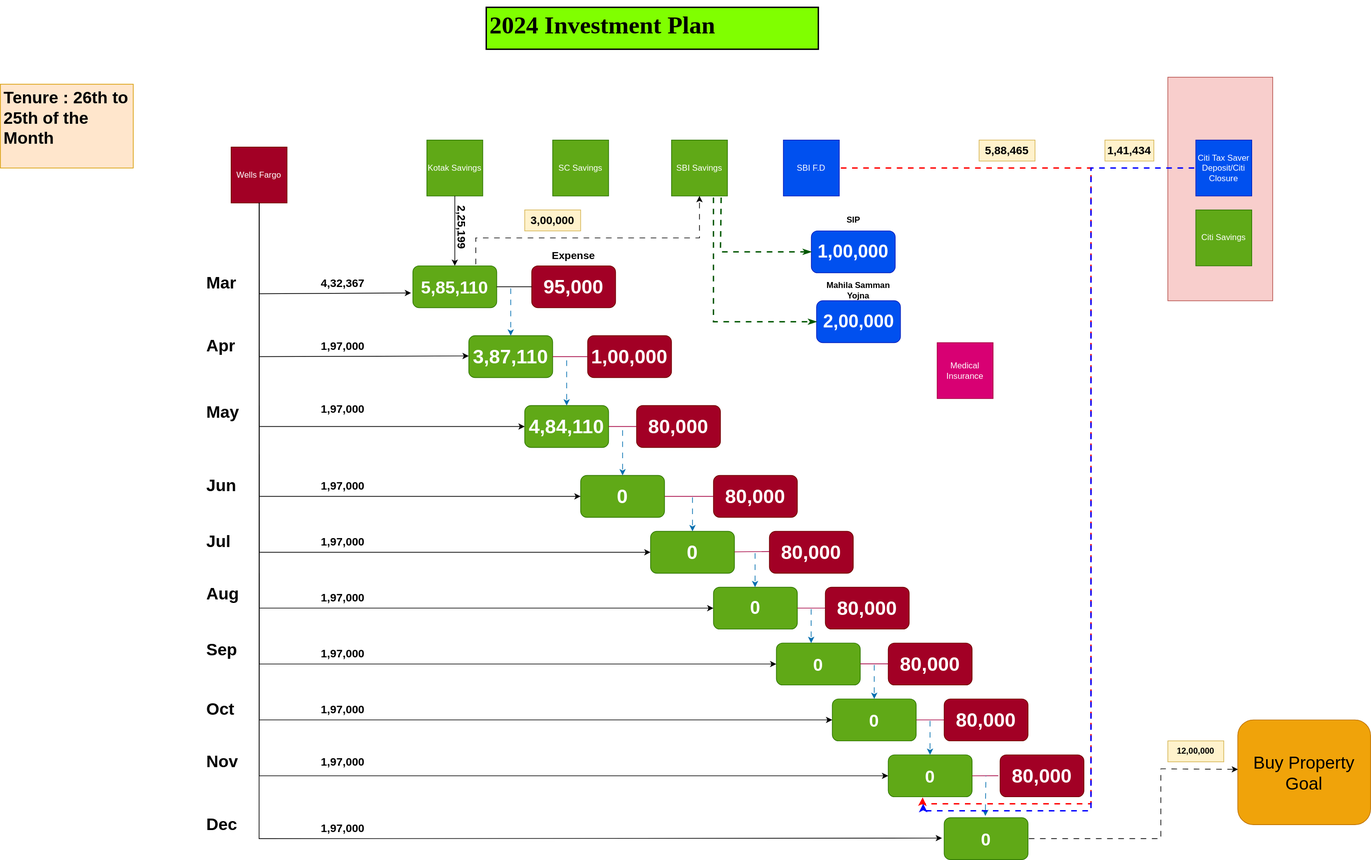
uchiharizvi/design-diagrams keeps this draw.io diagram as Investments.drawio.svg. Above is the earlier version. Source tidied: cells renumbered, new cells last; positions are measured from the earlier drawing's top-left corner, leaving out a move shared by most shapes.
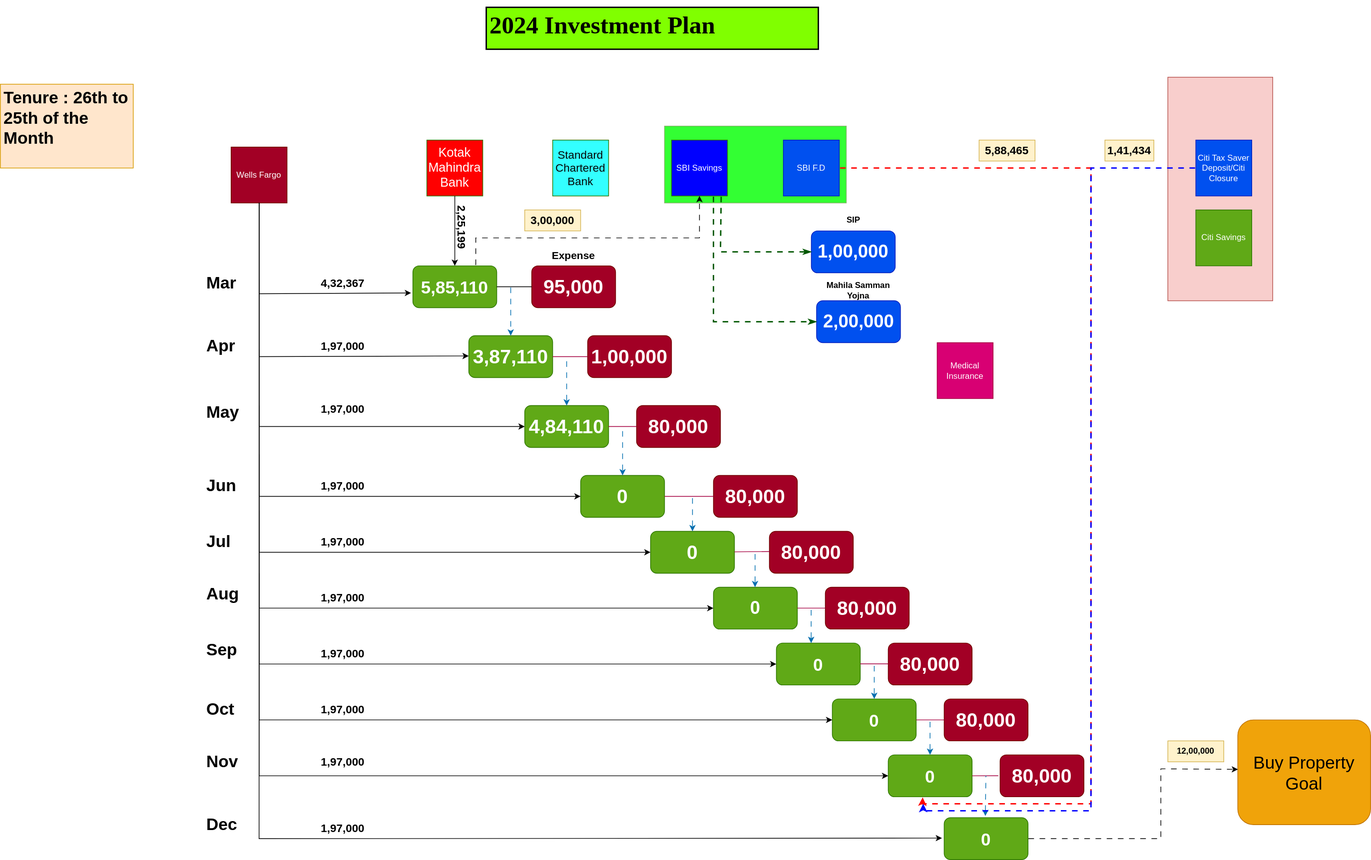
The same diagram one commit later.

What changed in the source:
```diff
@@ -2,6 +2,9 @@
   <root>
     <mxCell id="0" />
     <mxCell id="1" parent="0" />
+    <mxCell id="98" style="rounded=0;whiteSpace=wrap;html=1;fillColor=#33FF33;strokeColor=#82b366;" parent="1" vertex="1">
+      <mxGeometry x="950" y="170" width="260" height="110" as="geometry" />
+    </mxCell>
     <mxCell id="2" style="rounded=0;whiteSpace=wrap;html=1;fillColor=#f8cecc;strokeColor=#b85450;" parent="1" vertex="1">
       <mxGeometry x="1670" y="100" width="150" height="320" as="geometry" />
     </mxCell>
@@ -126,7 +129,7 @@
     <mxCell id="32" style="endArrow=none;html=1;rounded=0;exitX=1;exitY=0.5;exitDx=0;exitDy=0;fillColor=#d80073;strokeColor=#A50040;entryX=0;entryY=0.5;entryDx=0;entryDy=0;" parent="1" edge="1" source="16" target="20">
       <mxGeometry relative="1" as="geometry" />
     </mxCell>
-    <mxCell id="33" value="Kotak Savings" style="whiteSpace=wrap;html=1;fillColor=#60a917;fontColor=#ffffff;strokeColor=#2D7600;" parent="1" vertex="1">
+    <mxCell id="33" value="&lt;font style=&quot;font-size: 18px;&quot;&gt;Kotak Mahindra Bank&lt;/font&gt;" style="whiteSpace=wrap;html=1;fillColor=#FF0000;fontColor=#ffffff;strokeColor=#2D7600;" parent="1" vertex="1">
       <mxGeometry x="610" y="190" width="80" height="80" as="geometry" />
     </mxCell>
     <mxCell id="34" style="endArrow=classic;html=1;rounded=0;exitX=0.5;exitY=1;exitDx=0;exitDy=0;entryX=0.5;entryY=0;entryDx=0;entryDy=0;" parent="1" edge="1" source="33" target="3">
@@ -142,10 +145,10 @@
     <mxCell id="36" value="Citi Savings" style="whiteSpace=wrap;html=1;fillColor=#60a917;fontColor=#ffffff;strokeColor=#2D7600;" parent="1" vertex="1">
       <mxGeometry x="1710" y="290" width="80" height="80" as="geometry" />
     </mxCell>
-    <mxCell id="37" value="SC Savings" style="whiteSpace=wrap;html=1;fillColor=#60a917;fontColor=#ffffff;strokeColor=#2D7600;" parent="1" vertex="1">
+    <mxCell id="37" value="&lt;font color=&quot;#050505&quot; style=&quot;font-size: 16px;&quot;&gt;Standard Chartered Bank&lt;/font&gt;" style="whiteSpace=wrap;html=1;fillColor=#33FFFF;fontColor=#ffffff;strokeColor=#2D7600;" parent="1" vertex="1">
       <mxGeometry x="790" y="190" width="80" height="80" as="geometry" />
     </mxCell>
-    <mxCell id="38" value="SBI Savings" style="whiteSpace=wrap;html=1;fillColor=#60a917;fontColor=#ffffff;strokeColor=#2D7600;" parent="1" vertex="1">
+    <mxCell id="38" value="SBI Savings" style="whiteSpace=wrap;html=1;fillColor=#0000FF;fontColor=#ffffff;strokeColor=#2D7600;" parent="1" vertex="1">
       <mxGeometry x="960" y="190" width="80" height="80" as="geometry" />
     </mxCell>
     <mxCell id="39" value="&lt;font style=&quot;font-size: 28px;&quot;&gt;80,000&lt;/font&gt;" style="rounded=1;whiteSpace=wrap;html=1;fontStyle=1;fillColor=#a20025;fontColor=#ffffff;strokeColor=#6F0000;" parent="1" vertex="1">
```
